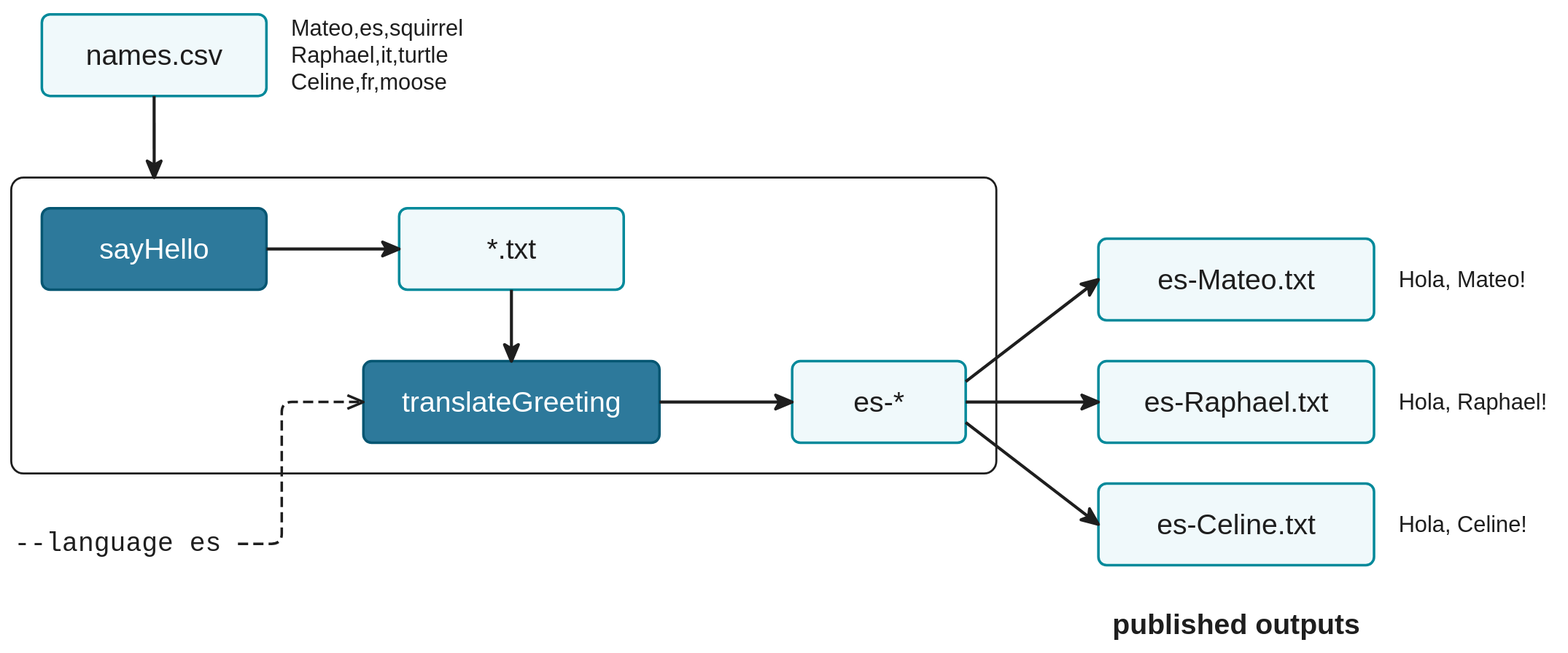
nextflow-io/training keeps this draw.io diagram as docs/en/docs/hello_nextflow/img/hello-multistep.drawio.svg. Above is the earlier version. Source tidied: cells renumbered, new cells last; positions are measured from the earlier drawing's top-left corner, leaving out a move shared by most shapes.
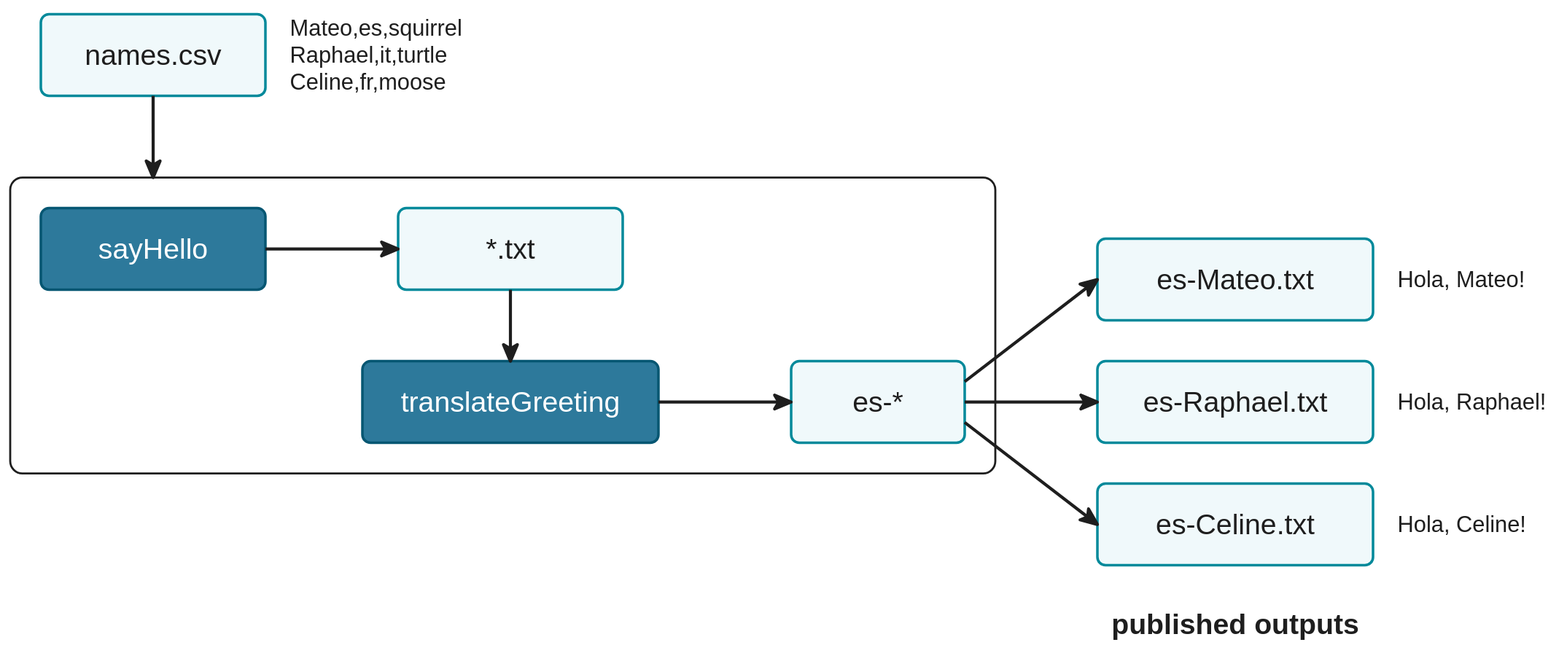
The same file after the commit.

Commit message:
docs(hello_nextflow): MVP opener for section 1; standard process view

What changed in the source:
```diff
@@ -35,17 +35,6 @@
     <mxCell id="12" style="edgeStyle=none;html=0;endArrow=classic;endFill=1;strokeColor=#1e1e1e;exitY=1;exitDx=0;exitDy=0;entryY=0;entryDy=0;entryDx=0;exitX=0.5;entryX=0.1451;strokeWidth=3;endSize=12;" parent="1" edge="1" source="10" target="2">
       <mxGeometry relative="1" as="geometry" />
     </mxCell>
-    <mxCell id="13" value="--language es" style="text;html=0;align=left;verticalAlign=middle;whiteSpace=nowrap;spacing=0;spacingLeft=4;fontSize=26;fontFamily=Menlo;fontColor=#1e1e1e;" parent="1" vertex="1">
-      <mxGeometry y="504" width="223.1" height="38" as="geometry" />
-    </mxCell>
-    <mxCell id="14" style="edgeStyle=orthogonalEdgeStyle;rounded=1;arcSize=40;html=0;exitDx=0;exitDy=0;entryDx=0;entryDy=0;dashed=1;endArrow=open;endFill=0;exitX=1;exitY=0.5;entryX=0;entryY=0.5;strokeWidth=2.5;endSize=12;strokeColor=#1e1e1e;dashPattern=4 2;" parent="1" edge="1" source="13" target="5">
-      <mxGeometry x="-0.03" relative="1" as="geometry">
-        <Array as="points">
-          <mxPoint x="266" y="523" />
-          <mxPoint x="266" y="384" />
-        </Array>
-      </mxGeometry>
-    </mxCell>
     <mxCell id="15" value="es-Mateo.txt" style="rounded=1;absoluteArcSize=1;arcSize=16;fillColor=#f0f9fb;strokeColor=#02899a;strokeWidth=2.5;fontFamily=Helvetica;fontSize=28;fontColor=#1e1e1e;html=0;whiteSpace=nowrap;" parent="1" vertex="1">
       <mxGeometry x="1066" y="224" width="270" height="80" as="geometry" />
     </mxCell>
```
